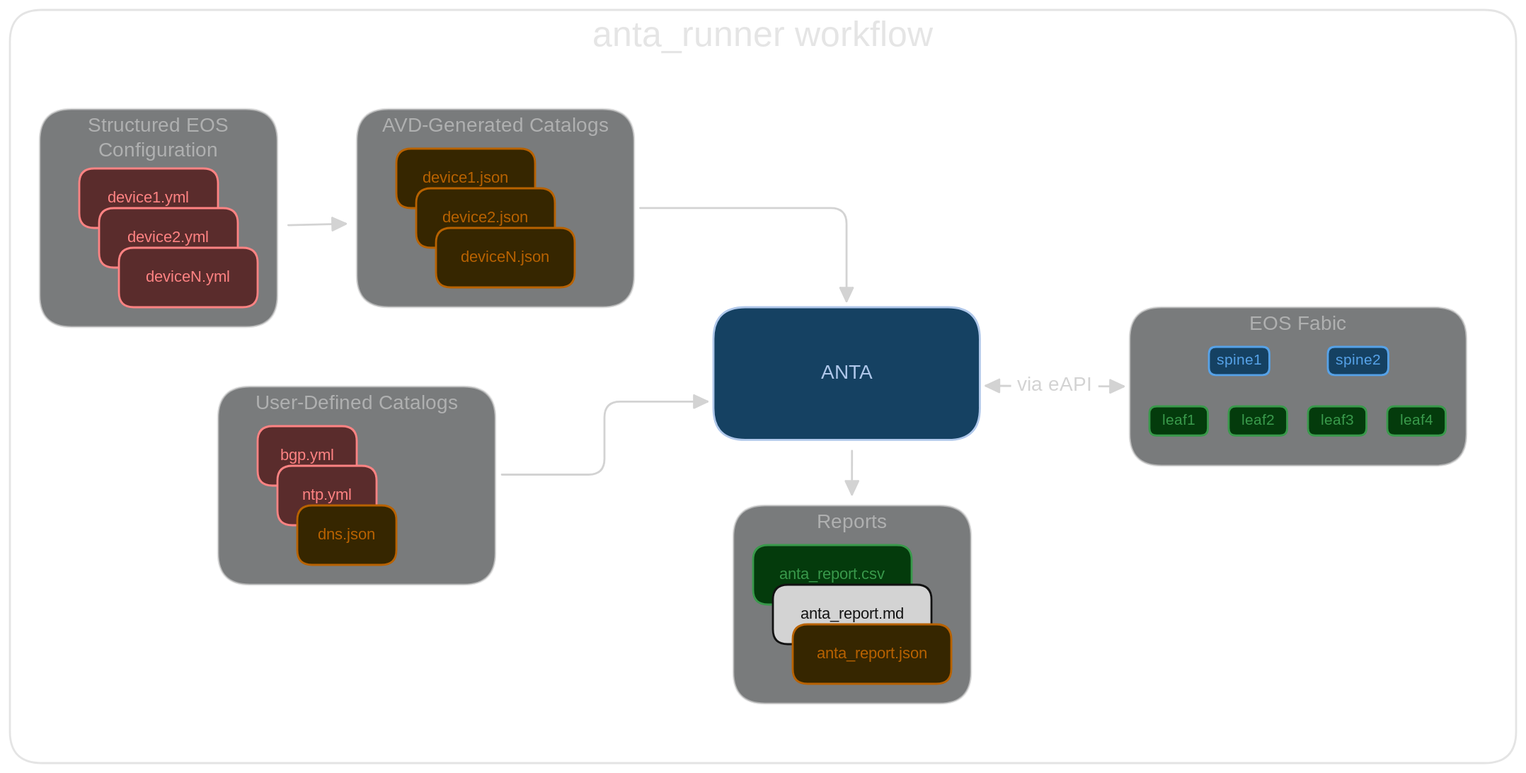
This is docs/_media/anta_runner_dark.svg from aristanetworks/avd, a Excalidraw export, as it was before one commit. Source tidied: one line per element, renumbered; positions are measured from the earlier drawing's top-left corner, leaving out a move shared by most shapes.
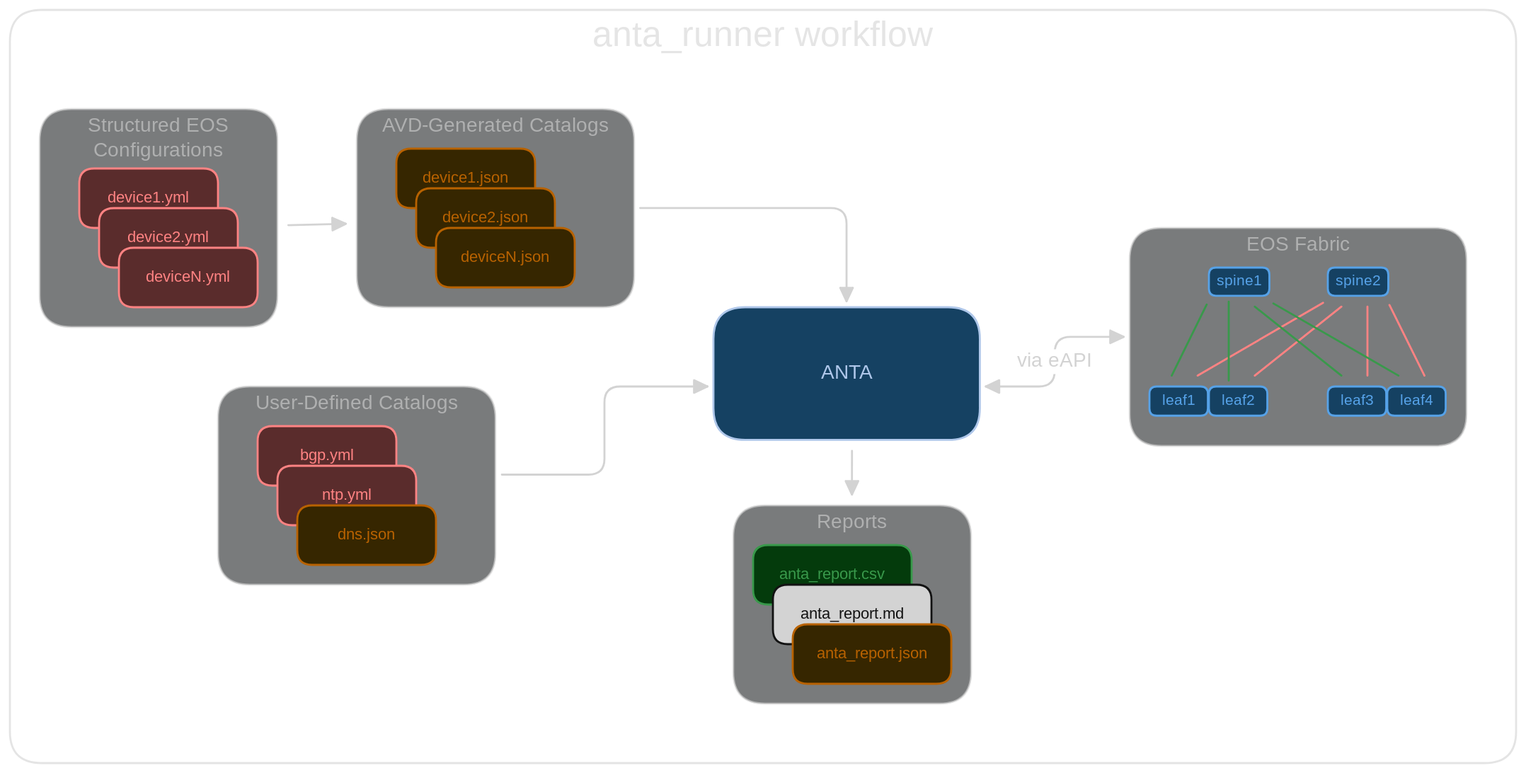
After the commit.

Commit message:
Updating diagram post comments

What changed in the source:
```diff
@@ -1,21 +1,21 @@
 {"id": 0, "type": "rectangle", "strokeColor": "#1e1e1e", "strokeWidth": 2, "roughness": 0, "opacity": 60, "round": true, "x": 0, "y": 0, "width": 1520, "height": 760}
 {"id": 1, "type": "text", "text": "anta_runner workflow", "strokeColor": "#1e1e1e", "strokeWidth": 2, "roughness": 0, "opacity": 60, "fontSize": 36, "fontFamily": 8, "textAlign": "center", "inside": 0, "x": 562, "y": 5, "width": 396, "height": 45}
-{"id": 2, "type": "rectangle", "strokeColor": "#1e1e1e", "backgroundColor": "#e9ecef", "fillStyle": "solid", "strokeWidth": 2, "roughness": 0, "opacity": 60, "round": true, "x": 1130, "y": 300, "width": 340, "height": 160}
+{"id": 2, "type": "rectangle", "strokeColor": "#1e1e1e", "backgroundColor": "#e9ecef", "fillStyle": "solid", "strokeWidth": 2, "roughness": 0, "opacity": 60, "round": true, "x": 1130, "y": 220, "width": 340, "height": 220}
-{"id": 3, "type": "text", "text": "EOS Fabic", "strokeColor": "#1e1e1e", "strokeWidth": 2, "roughness": 1, "opacity": 60, "fontSize": 20, "fontFamily": 8, "textAlign": "center", "inside": 2, "x": 1251, "y": 305, "width": 99, "height": 25}
+{"id": 3, "type": "text", "text": "EOS Fabric", "strokeColor": "#1e1e1e", "strokeWidth": 2, "roughness": 1, "opacity": 60, "fontSize": 20, "fontFamily": 8, "textAlign": "center", "inside": 2, "x": 1245, "y": 225, "width": 110, "height": 25}
 {"id": 4, "type": "rectangle", "strokeColor": "#1e1e1e", "backgroundColor": "#e9ecef", "fillStyle": "solid", "strokeWidth": 2, "roughness": 0, "opacity": 60, "round": true, "x": 730, "y": 500, "width": 240, "height": 200}
 {"id": 5, "type": "text", "text": "Reports", "strokeColor": "#1e1e1e", "strokeWidth": 2, "roughness": 1, "opacity": 60, "fontSize": 20, "fontFamily": 8, "textAlign": "center", "inside": 4, "x": 812, "y": 505, "width": 77, "height": 25}
 {"id": 6, "type": "rectangle", "strokeColor": "#1e1e1e", "backgroundColor": "#e9ecef", "fillStyle": "solid", "strokeWidth": 2, "roughness": 0, "opacity": 60, "round": true, "x": 350, "y": 100, "width": 280, "height": 200}
 {"id": 7, "type": "text", "text": "AVD-Generated Catalogs", "strokeColor": "#1e1e1e", "strokeWidth": 2, "roughness": 1, "opacity": 60, "fontSize": 20, "fontFamily": 8, "textAlign": "center", "inside": 6, "x": 369, "y": 105, "width": 242, "height": 25}
 {"id": 8, "type": "rectangle", "strokeColor": "#1e1e1e", "backgroundColor": "#e9ecef", "fillStyle": "solid", "strokeWidth": 2, "roughness": 0, "opacity": 60, "round": true, "x": 30, "y": 100, "width": 240, "height": 220}
-{"id": 9, "type": "text", "text": "Structured EOS\nConfiguration", "strokeColor": "#1e1e1e", "strokeWidth": 2, "roughness": 0, "opacity": 60, "fontSize": 20, "fontFamily": 8, "textAlign": "center", "inside": 8, "x": 73, "y": 105, "width": 154, "height": 50}
+{"id": 9, "type": "text", "text": "Structured EOS\nConfigurations", "strokeColor": "#1e1e1e", "strokeWidth": 2, "roughness": 0, "opacity": 60, "fontSize": 20, "fontFamily": 8, "textAlign": "center", "inside": 8, "x": 73, "y": 105, "width": 154, "height": 50}
 {"id": 10, "type": "rectangle", "strokeColor": "#1e1e1e", "backgroundColor": "#e9ecef", "fillStyle": "solid", "strokeWidth": 2, "roughness": 0, "opacity": 60, "round": true, "x": 210, "y": 380, "width": 280, "height": 200}
 {"id": 11, "type": "text", "text": "User-Defined Catalogs", "strokeColor": "#1e1e1e", "strokeWidth": 2, "roughness": 0, "opacity": 60, "fontSize": 20, "fontFamily": 8, "textAlign": "center", "inside": 10, "x": 235, "y": 385, "width": 231, "height": 25}
 {"id": 12, "type": "rectangle", "strokeColor": "#16325b", "backgroundColor": "#a5d8ff", "fillStyle": "solid", "strokeWidth": 2, "roughness": 0, "round": true, "x": 710, "y": 300, "width": 269, "height": 134}
 {"id": 13, "type": "text", "text": "ANTA", "strokeColor": "#16325b", "strokeWidth": 2, "roughness": 0, "fontSize": 20, "fontFamily": 8, "textAlign": "center", "verticalAlign": "middle", "inside": 12, "x": 822, "y": 354, "width": 44, "height": 25}
 {"id": 14, "type": "rectangle", "strokeColor": "#e03131", "backgroundColor": "#ffc9c9", "fillStyle": "solid", "strokeWidth": 2, "roughness": 0, "round": true, "x": 70, "y": 160, "width": 140, "height": 60}
 {"id": 15, "type": "text", "text": "device1.yml", "strokeColor": "#e03131", "strokeWidth": 2, "roughness": 0, "fontSize": 16, "fontFamily": 8, "textAlign": "center", "verticalAlign": "middle", "inside": 14, "x": 92, "y": 180, "width": 97, "height": 20}
-{"id": 16, "type": "rectangle", "strokeColor": "#e03131", "backgroundColor": "#ffc9c9", "fillStyle": "solid", "strokeWidth": 2, "roughness": 0, "round": true, "x": 250, "y": 420, "width": 100, "height": 60}
+{"id": 16, "type": "rectangle", "strokeColor": "#e03131", "backgroundColor": "#ffc9c9", "fillStyle": "solid", "strokeWidth": 2, "roughness": 0, "round": true, "x": 250, "y": 420, "width": 140, "height": 60}
-{"id": 17, "type": "text", "text": "bgp.yml", "strokeColor": "#e03131", "strokeWidth": 2, "roughness": 0, "fontSize": 16, "fontFamily": 8, "textAlign": "center", "verticalAlign": "middle", "inside": 16, "x": 269, "y": 440, "width": 62, "height": 20}
+{"id": 17, "type": "text", "text": "bgp.yml", "strokeColor": "#e03131", "strokeWidth": 2, "roughness": 0, "fontSize": 16, "fontFamily": 8, "textAlign": "center", "verticalAlign": "middle", "inside": 16, "x": 289, "y": 440, "width": 62, "height": 20}
 {"id": 18, "type": "rectangle", "strokeColor": "#2f9e44", "backgroundColor": "#b2f2bb", "fillStyle": "solid", "strokeWidth": 2, "roughness": 0, "round": true, "x": 750, "y": 540, "width": 160, "height": 60}
 {"id": 19, "type": "text", "text": "anta_report.csv", "strokeColor": "#2f9e44", "strokeWidth": 2, "roughness": 0, "fontSize": 16, "fontFamily": 8, "textAlign": "center", "verticalAlign": "middle", "inside": 18, "x": 764, "y": 560, "width": 132, "height": 20}
 {"id": 20, "type": "rectangle", "strokeColor": "#ffffff", "backgroundColor": "#1e1e1e", "fillStyle": "solid", "strokeWidth": 2, "roughness": 0, "round": true, "x": 770, "y": 580, "width": 160, "height": 60}
@@ -24,12 +24,12 @@
 {"id": 23, "type": "text", "text": "anta_report.json", "strokeColor": "#f08c00", "strokeWidth": 2, "roughness": 0, "fontSize": 16, "fontFamily": 8, "textAlign": "center", "verticalAlign": "middle", "inside": 22, "x": 800, "y": 640, "width": 141, "height": 20}
 {"id": 24, "type": "rectangle", "strokeColor": "#e03131", "backgroundColor": "#ffc9c9", "fillStyle": "solid", "strokeWidth": 2, "roughness": 0, "round": true, "x": 90, "y": 200, "width": 140, "height": 60}
 {"id": 25, "type": "text", "text": "device2.yml", "strokeColor": "#e03131", "strokeWidth": 2, "roughness": 0, "fontSize": 16, "fontFamily": 8, "textAlign": "center", "verticalAlign": "middle", "inside": 24, "x": 112, "y": 220, "width": 97, "height": 20}
-{"id": 26, "type": "rectangle", "strokeColor": "#e03131", "backgroundColor": "#ffc9c9", "fillStyle": "solid", "strokeWidth": 2, "roughness": 0, "round": true, "x": 270, "y": 460, "width": 100, "height": 60}
+{"id": 26, "type": "rectangle", "strokeColor": "#e03131", "backgroundColor": "#ffc9c9", "fillStyle": "solid", "strokeWidth": 2, "roughness": 0, "round": true, "x": 270, "y": 460, "width": 140, "height": 60}
-{"id": 27, "type": "text", "text": "ntp.yml", "strokeColor": "#e03131", "strokeWidth": 2, "roughness": 0, "fontSize": 16, "fontFamily": 8, "textAlign": "center", "verticalAlign": "middle", "inside": 26, "x": 289, "y": 480, "width": 62, "height": 20}
+{"id": 27, "type": "text", "text": "ntp.yml", "strokeColor": "#e03131", "strokeWidth": 2, "roughness": 0, "fontSize": 16, "fontFamily": 8, "textAlign": "center", "verticalAlign": "middle", "inside": 26, "x": 309, "y": 480, "width": 62, "height": 20}
 {"id": 28, "type": "rectangle", "strokeColor": "#e03131", "backgroundColor": "#ffc9c9", "fillStyle": "solid", "strokeWidth": 2, "roughness": 0, "round": true, "x": 110, "y": 240, "width": 140, "height": 60}
 {"id": 29, "type": "text", "text": "deviceN.yml", "strokeColor": "#e03131", "strokeWidth": 2, "roughness": 0, "fontSize": 16, "fontFamily": 8, "textAlign": "center", "verticalAlign": "middle", "inside": 28, "x": 132, "y": 260, "width": 97, "height": 20}
-{"id": 30, "type": "rectangle", "strokeColor": "#f08c00", "backgroundColor": "#ffec99", "fillStyle": "solid", "strokeWidth": 2, "roughness": 0, "round": true, "x": 290, "y": 500, "width": 100, "height": 60}
+{"id": 30, "type": "rectangle", "strokeColor": "#f08c00", "backgroundColor": "#ffec99", "fillStyle": "solid", "strokeWidth": 2, "roughness": 0, "round": true, "x": 290, "y": 500, "width": 140, "height": 60}
-{"id": 31, "type": "text", "text": "dns.json", "strokeColor": "#f08c00", "strokeWidth": 2, "roughness": 0, "fontSize": 16, "fontFamily": 8, "textAlign": "center", "verticalAlign": "middle", "inside": 30, "x": 305, "y": 520, "width": 70, "height": 20}
+{"id": 31, "type": "text", "text": "dns.json", "strokeColor": "#f08c00", "strokeWidth": 2, "roughness": 0, "fontSize": 16, "fontFamily": 8, "textAlign": "center", "verticalAlign": "middle", "inside": 30, "x": 325, "y": 520, "width": 70, "height": 20}
 {"id": 32, "type": "rectangle", "strokeColor": "#f08c00", "backgroundColor": "#ffec99", "fillStyle": "solid", "strokeWidth": 2, "roughness": 0, "round": true, "x": 390, "y": 140, "width": 140, "height": 60}
 {"id": 33, "type": "text", "text": "device1.json", "strokeColor": "#f08c00", "strokeWidth": 2, "roughness": 0, "fontSize": 16, "fontFamily": 8, "textAlign": "center", "verticalAlign": "middle", "inside": 32, "x": 407, "y": 160, "width": 106, "height": 20}
 {"id": 34, "type": "rectangle", "strokeColor": "#f08c00", "backgroundColor": "#ffec99", "fillStyle": "solid", "strokeWidth": 2, "roughness": 0, "round": true, "x": 410, "y": 180, "width": 140, "height": 60}
@@ -37,20 +37,28 @@
 {"id": 36, "type": "rectangle", "strokeColor": "#f08c00", "backgroundColor": "#ffec99", "fillStyle": "solid", "strokeWidth": 2, "roughness": 0, "round": true, "x": 430, "y": 220, "width": 140, "height": 60}
 {"id": 37, "type": "text", "text": "deviceN.json", "strokeColor": "#f08c00", "strokeWidth": 2, "roughness": 0, "fontSize": 16, "fontFamily": 8, "textAlign": "center", "verticalAlign": "middle", "inside": 36, "x": 447, "y": 240, "width": 106, "height": 20}
 {"id": 38, "type": "arrow", "strokeColor": "#1e1e1e", "backgroundColor": "#ffec99", "fillStyle": "solid", "strokeWidth": 2, "roughness": 0, "endArrowhead": "triangle", "from": 8, "to": 6, "x": 281, "y": 217, "width": 58, "height": 1, "points": [[0, 0], [58, -1]]}
-{"id": 39, "type": "arrow", "strokeColor": "#1e1e1e", "backgroundColor": "#ffec99", "fillStyle": "solid", "strokeWidth": 2, "roughness": 0, "startArrowhead": "triangle", "endArrowhead": "triangle", "from": 12, "to": 2, "x": 985, "y": 379, "width": 139, "height": 1, "points": [[0, 0], [139, 1]]}
+{"id": 39, "type": "arrow", "strokeColor": "#1e1e1e", "backgroundColor": "#ffec99", "fillStyle": "solid", "strokeWidth": 2, "roughness": 0, "startArrowhead": "triangle", "endArrowhead": "triangle", "from": 12, "to": 2, "x": 985, "y": 380, "width": 139, "height": 50, "points": [[0, 0], [70, 0], [70, -50], [139, -50]]}
 {"id": 40, "type": "text", "text": "via eAPI", "strokeColor": "#1e1e1e", "backgroundColor": "#ffec99", "fillStyle": "solid", "strokeWidth": 2, "roughness": 0, "fontSize": 20, "fontFamily": 8, "textAlign": "center", "verticalAlign": "middle", "inside": 39, "x": 1020, "y": 368, "width": 88, "height": 25}
-{"id": 41, "type": "arrow", "strokeColor": "#1e1e1e", "backgroundColor": "#ffec99", "fillStyle": "solid", "strokeWidth": 2, "roughness": 0, "endArrowhead": "triangle", "from": 10, "to": 12, "x": 496, "y": 469, "width": 208, "height": 74, "points": [[0, 0], [104, 0], [104, -74], [208, -74]]}
+{"id": 41, "type": "arrow", "strokeColor": "#1e1e1e", "backgroundColor": "#ffec99", "fillStyle": "solid", "strokeWidth": 2, "roughness": 0, "endArrowhead": "triangle", "from": 10, "to": 12, "x": 496, "y": 469, "width": 208, "height": 89, "points": [[0, 0], [104, 0], [104, -89], [208, -89]]}
 {"id": 42, "type": "arrow", "strokeColor": "#1e1e1e", "backgroundColor": "#ffec99", "fillStyle": "solid", "strokeWidth": 2, "roughness": 0, "endArrowhead": "triangle", "from": 6, "to": 12, "x": 636, "y": 200, "width": 208, "height": 94, "points": [[0, 0], [208, 0], [208, 94]]}
 {"id": 43, "type": "arrow", "strokeColor": "#1e1e1e", "backgroundColor": "#ffec99", "fillStyle": "solid", "strokeWidth": 2, "roughness": 0, "endArrowhead": "triangle", "from": 12, "to": 4, "x": 850, "y": 445, "width": 0, "height": 44, "points": [[0, 0], [0, 44]]}
-{"id": 44, "type": "rectangle", "strokeColor": "#1971c2", "backgroundColor": "#a5d8ff", "fillStyle": "solid", "strokeWidth": 2, "roughness": 0, "round": true, "x": 1210, "y": 340, "width": 61, "height": 28}
+{"id": 44, "type": "rectangle", "strokeColor": "#1971c2", "backgroundColor": "#a5d8ff", "fillStyle": "solid", "strokeWidth": 2, "roughness": 0, "round": true, "x": 1210, "y": 260, "width": 61, "height": 28}
-{"id": 45, "type": "text", "text": "spine1", "strokeColor": "#1971c2", "backgroundColor": "#a5d8ff", "fillStyle": "solid", "strokeWidth": 2, "roughness": 0, "fontSize": 14.74, "fontFamily": 8, "textAlign": "center", "verticalAlign": "middle", "inside": 44, "x": 1216, "y": 345, "width": 49, "height": 18}
+{"id": 45, "type": "text", "text": "spine1", "strokeColor": "#1971c2", "backgroundColor": "#a5d8ff", "fillStyle": "solid", "strokeWidth": 2, "roughness": 0, "fontSize": 14.74, "fontFamily": 8, "textAlign": "center", "verticalAlign": "middle", "inside": 44, "x": 1216, "y": 265, "width": 49, "height": 18}
-{"id": 46, "type": "rectangle", "strokeColor": "#1971c2", "backgroundColor": "#a5d8ff", "fillStyle": "solid", "strokeWidth": 2, "roughness": 0, "round": true, "x": 1330, "y": 340, "width": 61, "height": 28}
+{"id": 46, "type": "rectangle", "strokeColor": "#1971c2", "backgroundColor": "#a5d8ff", "fillStyle": "solid", "strokeWidth": 2, "roughness": 0, "round": true, "x": 1330, "y": 260, "width": 61, "height": 28}
-{"id": 47, "type": "text", "text": "spine2", "strokeColor": "#1971c2", "backgroundColor": "#a5d8ff", "fillStyle": "solid", "strokeWidth": 2, "roughness": 0, "fontSize": 14.74, "fontFamily": 8, "textAlign": "center", "verticalAlign": "middle", "inside": 46, "x": 1336, "y": 345, "width": 49, "height": 18}
+{"id": 47, "type": "text", "text": "spine2", "strokeColor": "#1971c2", "backgroundColor": "#a5d8ff", "fillStyle": "solid", "strokeWidth": 2, "roughness": 0, "fontSize": 14.74, "fontFamily": 8, "textAlign": "center", "verticalAlign": "middle", "inside": 46, "x": 1336, "y": 265, "width": 49, "height": 18}
-{"id": 48, "type": "rectangle", "strokeColor": "#2f9e44", "backgroundColor": "#b2f2bb", "fillStyle": "solid", "strokeWidth": 2, "roughness": 0, "round": true, "x": 1150, "y": 400, "width": 59, "height": 29}
+{"id": 48, "type": "rectangle", "strokeColor": "#1971c2", "backgroundColor": "#a5d8ff", "fillStyle": "solid", "strokeWidth": 2, "roughness": 0, "round": true, "x": 1150, "y": 380, "width": 59, "height": 29}
-{"id": 49, "type": "text", "text": "leaf1", "strokeColor": "#2f9e44", "backgroundColor": "#a5d8ff", "fillStyle": "solid", "strokeWidth": 2, "roughness": 0, "fontSize": 14.74, "fontFamily": 8, "textAlign": "center", "verticalAlign": "middle", "inside": 48, "x": 1159, "y": 406, "width": 40, "height": 18}
+{"id": 49, "type": "text", "text": "leaf1", "strokeColor": "#1971c2", "backgroundColor": "#a5d8ff", "fillStyle": "solid", "strokeWidth": 2, "roughness": 0, "fontSize": 14.74, "fontFamily": 8, "textAlign": "center", "verticalAlign": "middle", "inside": 48, "x": 1159, "y": 386, "width": 40, "height": 18}
-{"id": 50, "type": "rectangle", "strokeColor": "#2f9e44", "backgroundColor": "#b2f2bb", "fillStyle": "solid", "strokeWidth": 2, "roughness": 0, "round": true, "x": 1230, "y": 400, "width": 59, "height": 29}
+{"id": 50, "type": "rectangle", "strokeColor": "#1971c2", "backgroundColor": "#a5d8ff", "fillStyle": "solid", "strokeWidth": 2, "roughness": 0, "round": true, "x": 1210, "y": 380, "width": 59, "height": 29}
-{"id": 51, "type": "text", "text": "leaf2", "strokeColor": "#2f9e44", "backgroundColor": "#a5d8ff", "fillStyle": "solid", "strokeWidth": 2, "roughness": 0, "fontSize": 14.74, "fontFamily": 8, "textAlign": "center", "verticalAlign": "middle", "inside": 50, "x": 1239, "y": 406, "width": 40, "height": 18}
+{"id": 51, "type": "text", "text": "leaf2", "strokeColor": "#1971c2", "backgroundColor": "#a5d8ff", "fillStyle": "solid", "strokeWidth": 2, "roughness": 0, "fontSize": 14.74, "fontFamily": 8, "textAlign": "center", "verticalAlign": "middle", "inside": 50, "x": 1219, "y": 386, "width": 40, "height": 18}
-{"id": 52, "type": "rectangle", "strokeColor": "#2f9e44", "backgroundColor": "#b2f2bb", "fillStyle": "solid", "strokeWidth": 2, "roughness": 0, "round": true, "x": 1310, "y": 400, "width": 59, "height": 29}
+{"id": 52, "type": "rectangle", "strokeColor": "#1971c2", "backgroundColor": "#a5d8ff", "fillStyle": "solid", "strokeWidth": 2, "roughness": 0, "round": true, "x": 1330, "y": 380, "width": 59, "height": 29}
-{"id": 53, "type": "text", "text": "leaf3", "strokeColor": "#2f9e44", "backgroundColor": "#a5d8ff", "fillStyle": "solid", "strokeWidth": 2, "roughness": 0, "fontSize": 14.74, "fontFamily": 8, "textAlign": "center", "verticalAlign": "middle", "inside": 52, "x": 1319, "y": 406, "width": 40, "height": 18}
+{"id": 53, "type": "text", "text": "leaf3", "strokeColor": "#1971c2", "backgroundColor": "#a5d8ff", "fillStyle": "solid", "strokeWidth": 2, "roughness": 0, "fontSize": 14.74, "fontFamily": 8, "textAlign": "center", "verticalAlign": "middle", "inside": 52, "x": 1339, "y": 386, "width": 40, "height": 18}
-{"id": 54, "type": "rectangle", "strokeColor": "#2f9e44", "backgroundColor": "#b2f2bb", "fillStyle": "solid", "strokeWidth": 2, "roughness": 0, "round": true, "x": 1390, "y": 400, "width": 59, "height": 29}
+{"id": 54, "type": "rectangle", "strokeColor": "#1971c2", "backgroundColor": "#a5d8ff", "fillStyle": "solid", "strokeWidth": 2, "roughness": 0, "round": true, "x": 1390, "y": 380, "width": 59, "height": 29}
-{"id": 55, "type": "text", "text": "leaf4", "strokeColor": "#2f9e44", "backgroundColor": "#a5d8ff", "fillStyle": "solid", "strokeWidth": 2, "roughness": 0, "fontSize": 14.74, "fontFamily": 8, "textAlign": "center", "verticalAlign": "middle", "inside": 54, "x": 1399, "y": 406, "width": 40, "height": 18}
+{"id": 55, "type": "text", "text": "leaf4", "strokeColor": "#1971c2", "backgroundColor": "#a5d8ff", "fillStyle": "solid", "strokeWidth": 2, "roughness": 0, "fontSize": 14.74, "fontFamily": 8, "textAlign": "center", "verticalAlign": "middle", "inside": 54, "x": 1399, "y": 386, "width": 40, "height": 18}
+{"id": 56, "type": "arrow", "strokeColor": "#2f9e44", "backgroundColor": "#a5d8ff", "fillStyle": "solid", "strokeWidth": 2, "roughness": 0, "from": 48, "to": 44, "x": 1172, "y": 369, "width": 35, "height": 72, "points": [[0, 0], [35, -72]]}
+{"id": 57, "type": "arrow", "strokeColor": "#e03131", "backgroundColor": "#a5d8ff", "fillStyle": "solid", "strokeWidth": 2, "roughness": 0, "from": 48, "to": 46, "x": 1199, "y": 369, "width": 127, "height": 73, "points": [[0, 0], [127, -73]]}
+{"id": 58, "type": "arrow", "strokeColor": "#2f9e44", "backgroundColor": "#a5d8ff", "fillStyle": "solid", "strokeWidth": 2, "roughness": 0, "from": 44, "to": 50, "x": 1230, "y": 294, "width": 0, "height": 80, "points": [[0, 0], [0, 80]]}
+{"id": 59, "type": "arrow", "strokeColor": "#e03131", "backgroundColor": "#a5d8ff", "fillStyle": "solid", "strokeWidth": 2, "roughness": 0, "from": 50, "to": 46, "x": 1256, "y": 369, "width": 87, "height": 70, "points": [[0, 0], [87, -70]]}
+{"id": 60, "type": "arrow", "strokeColor": "#e03131", "backgroundColor": "#a5d8ff", "fillStyle": "solid", "strokeWidth": 2, "roughness": 0, "round": true, "from": 52, "to": 46, "x": 1370, "y": 369, "width": 0, "height": 70, "points": [[0, 0], [0, -70]]}
+{"id": 61, "type": "arrow", "strokeColor": "#2f9e44", "backgroundColor": "#a5d8ff", "fillStyle": "solid", "strokeWidth": 2, "roughness": 0, "from": 52, "to": 44, "x": 1344, "y": 369, "width": 87, "height": 70, "points": [[0, 0], [-87, -70]]}
+{"id": 62, "type": "arrow", "strokeColor": "#e03131", "backgroundColor": "#a5d8ff", "fillStyle": "solid", "strokeWidth": 2, "roughness": 0, "from": 54, "to": 46, "x": 1428, "y": 369, "width": 35, "height": 71, "points": [[0, 0], [-35, -71]]}
+{"id": 63, "type": "arrow", "strokeColor": "#2f9e44", "backgroundColor": "#a5d8ff", "fillStyle": "solid", "strokeWidth": 2, "roughness": 0, "from": 54, "to": 44, "x": 1401, "y": 369, "width": 126, "height": 73, "points": [[0, 0], [-126, -73]]}
```
